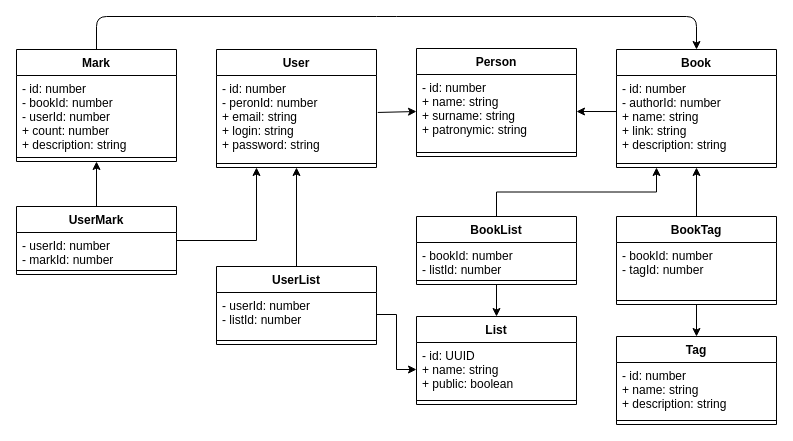
This is classes.drawio from EugeneMalin/bookme, a draw.io file, before an edit. Source tidied: cells renumbered, new cells numbered last; positions are measured from the earlier drawing's top-left corner, leaving out a move shared by most shapes. Both pictures are drawn from the tidied source at 100%, with x=0, y=0 at pixel (16, 16).
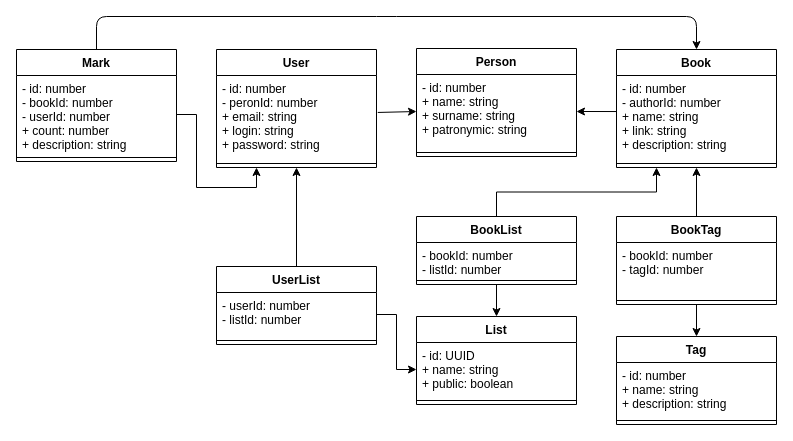
After the change.

Unchanged cells that the change refers to:
```xml
<mxCell id="2" value="User" style="swimlane;fontStyle=1;align=center;verticalAlign=top;horizontal=1;startSize=26;" parent="1" vertex="1">
  <mxGeometry x="200" y="33" width="160" height="118" as="geometry" />
</mxCell>
<mxCell id="8" value="Mark" style="swimlane;fontStyle=1;align=center;verticalAlign=top;horizontal=1;startSize=26;" parent="1" vertex="1">
  <mxGeometry y="33" width="160" height="112" as="geometry" />
</mxCell>
<mxCell id="9" value="- id: number&#10;- bookId: number&#10;- userId: number&#10;+ count: number&#10;+ description: string" style="text;strokeColor=none;fillColor=none;align=left;verticalAlign=top;spacingLeft=4;spacingRight=4;overflow=hidden;points=[[0,0.5],[1,0.5]];portConstraint=eastwest;" parent="8" vertex="1">
  <mxGeometry y="26" width="160" height="78" as="geometry" />
</mxCell>
```

Diff of the diagram source:
```diff
@@
-    <mxCell id="23" value="UserMark" style="swimlane;fontStyle=1;align=center;verticalAlign=top;horizontal=1;startSize=26;" parent="1" vertex="1">
-      <mxGeometry y="190" width="160" height="68" as="geometry" />
-    </mxCell>
-    <mxCell id="24" value="- userId: number&#10;- markId: number" style="text;strokeColor=none;fillColor=none;align=left;verticalAlign=top;spacingLeft=4;spacingRight=4;overflow=hidden;" parent="23" vertex="1">
-      <mxGeometry y="26" width="160" height="34" as="geometry" />
-    </mxCell>
-    <mxCell id="25" style="line;strokeWidth=1;fillColor=none;align=left;verticalAlign=middle;spacingTop=-1;spacingLeft=3;spacingRight=3;labelPosition=right;" parent="23" vertex="1">
-      <mxGeometry y="60" width="160" height="8" as="geometry" />
-    </mxCell>
-    <mxCell id="26" style="edgeStyle=orthogonalEdgeStyle;rounded=0;jettySize=auto;html=1;entryX=0.25;entryY=1;entryDx=0;entryDy=0;" parent="1" edge="1" source="23" target="2">
+    <mxCell id="26" style="edgeStyle=orthogonalEdgeStyle;rounded=0;jettySize=auto;html=1;entryX=0.25;entryY=1;entryDx=0;entryDy=0;" parent="1" edge="1" source="9" target="2">
       <mxGeometry relative="1" as="geometry" />
     </mxCell>
-    <mxCell id="27" style="edgeStyle=orthogonalEdgeStyle;rounded=0;jettySize=auto;html=1;exitX=0.5;exitY=0;exitDx=0;exitDy=0;entryX=0.5;entryY=1;entryDx=0;entryDy=0;" parent="1" edge="1" source="23" target="8">
-      <mxGeometry relative="1" as="geometry" />
-    </mxCell>
```
